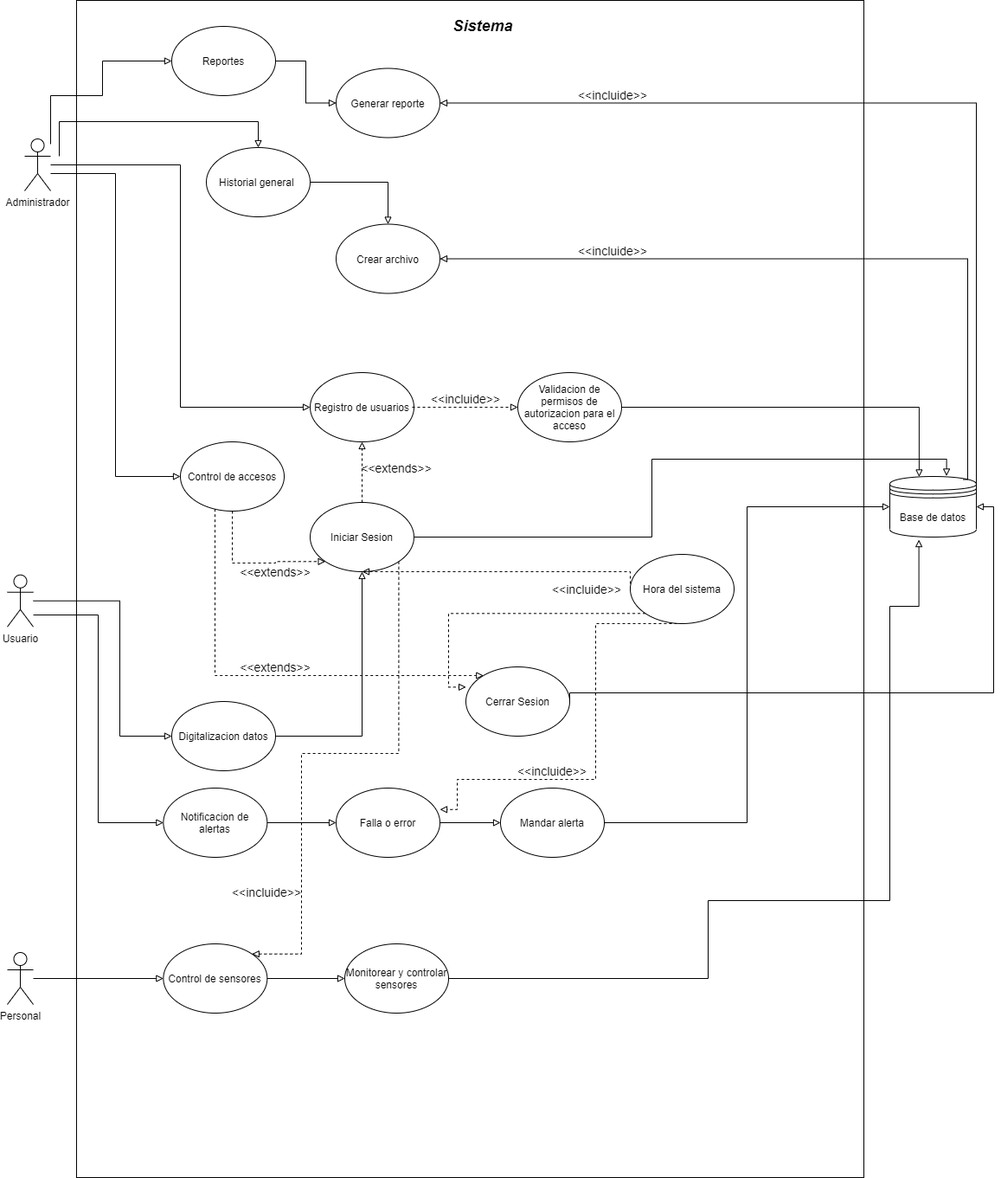
Earlier version of the draw.io export img/DiagramaCasosDeUsos.png (EduardoCollazoR/AnalisisAvanzDeSoft). Source tidied: cells renumbered, new cells last; positions are measured from the earlier drawing's top-left corner, leaving out a move shared by most shapes.
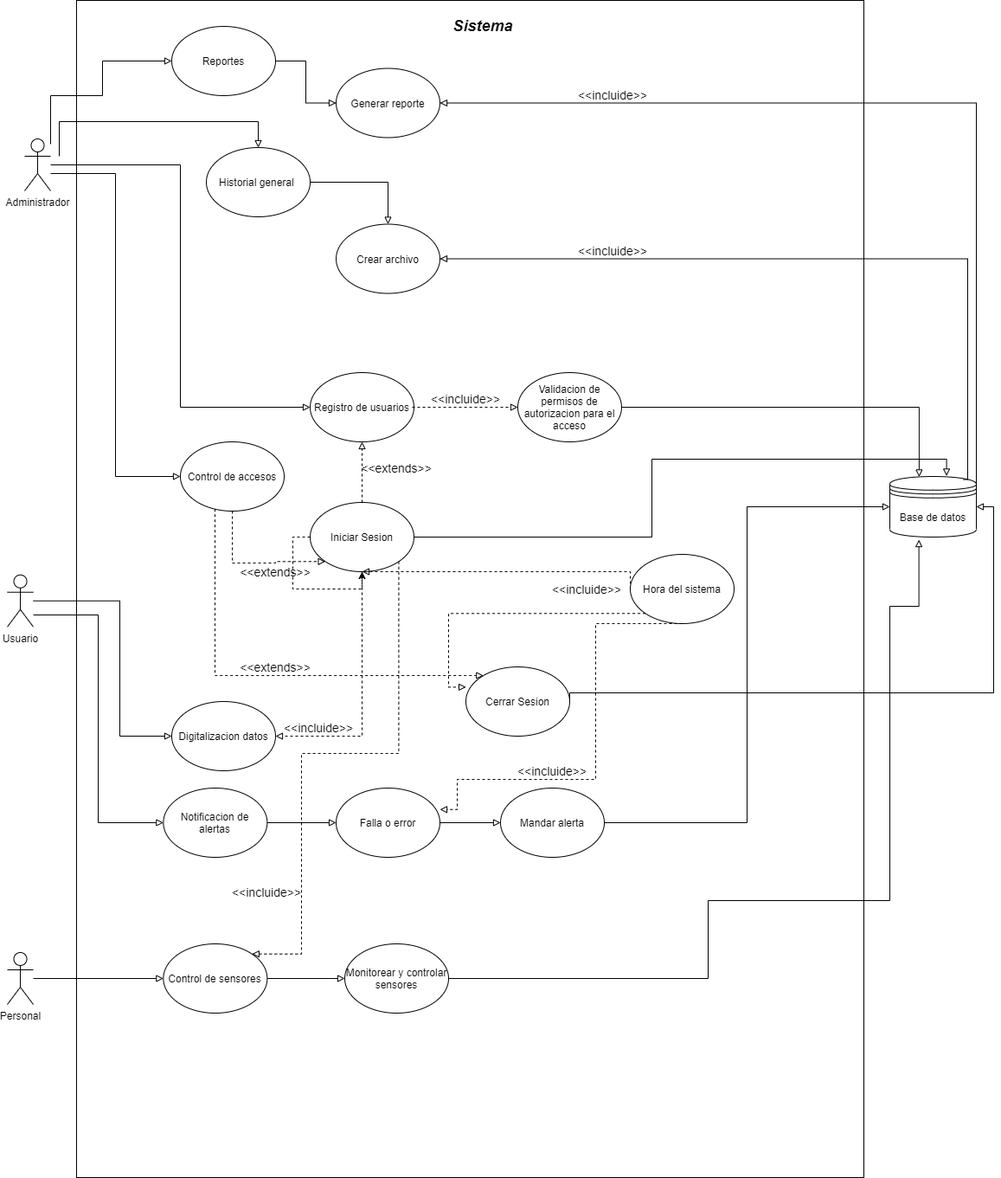
Later version of the same file.

Diff of the diagram source:
```diff
@@ -50,8 +50,12 @@
     <mxCell id="10" value="Usuario" style="shape=umlActor;verticalLabelPosition=bottom;labelBackgroundColor=#ffffff;verticalAlign=top;html=1;outlineConnect=0;strokeColor=#000000;fillColor=none;fontColor=#000000;" parent="1" vertex="1">
       <mxGeometry y="663.7" width="30" height="60" as="geometry" />
     </mxCell>
-    <mxCell id="11" style="edgeStyle=orthogonalEdgeStyle;rounded=0;jettySize=auto;html=1;strokeColor=#000000;fontSize=16;endArrow=block;endFill=0;" parent="1" edge="1" source="12" target="37">
-      <mxGeometry relative="1" as="geometry" />
+    <mxCell id="11" style="edgeStyle=orthogonalEdgeStyle;rounded=0;jettySize=auto;html=1;strokeColor=#000000;fontSize=16;endArrow=block;endFill=0;dashed=1;" parent="1" edge="1" source="37" target="12">
+      <mxGeometry relative="1" as="geometry">
+        <Array as="points">
+          <mxPoint x="410" y="850" />
+        </Array>
+      </mxGeometry>
     </mxCell>
     <mxCell id="12" value="Digitalizacion datos" style="ellipse;whiteSpace=wrap;html=1;labelBackgroundColor=none;strokeColor=#000000;fillColor=none;gradientColor=none;fontColor=#000000;" parent="1" vertex="1">
       <mxGeometry x="190" y="810" width="120" height="80" as="geometry" />
@@ -258,5 +262,11 @@
     <mxCell id="60" value="&lt;font color=&quot;#000000&quot; style=&quot;font-size: 14px&quot;&gt;&amp;lt;&amp;lt;extends&amp;gt;&amp;gt;&lt;/font&gt;" style="text;html=1;strokeColor=none;fillColor=none;align=center;verticalAlign=middle;whiteSpace=wrap;rounded=0;fontSize=16;" parent="1" vertex="1">
       <mxGeometry x="430" y="530" width="40" height="20" as="geometry" />
     </mxCell>
+    <mxCell id="61" style="edgeStyle=orthogonalEdgeStyle;rounded=0;orthogonalLoop=1;jettySize=auto;html=1;exitX=0;exitY=0.5;exitDx=0;exitDy=0;entryX=0.5;entryY=1;entryDx=0;entryDy=0;dashed=1;" parent="1" edge="1" source="37" target="37">
+      <mxGeometry relative="1" as="geometry" />
+    </mxCell>
+    <mxCell id="62" value="&lt;font color=&quot;#000000&quot; style=&quot;font-size: 14px&quot;&gt;&amp;lt;&amp;lt;incluide&amp;gt;&amp;gt;&lt;/font&gt;" style="text;html=1;strokeColor=none;fillColor=none;align=center;verticalAlign=middle;whiteSpace=wrap;rounded=0;fontSize=16;" parent="1" vertex="1">
+      <mxGeometry x="340" y="830" width="40" height="20" as="geometry" />
+    </mxCell>
   </root>
 </mxGraphModel>
```
